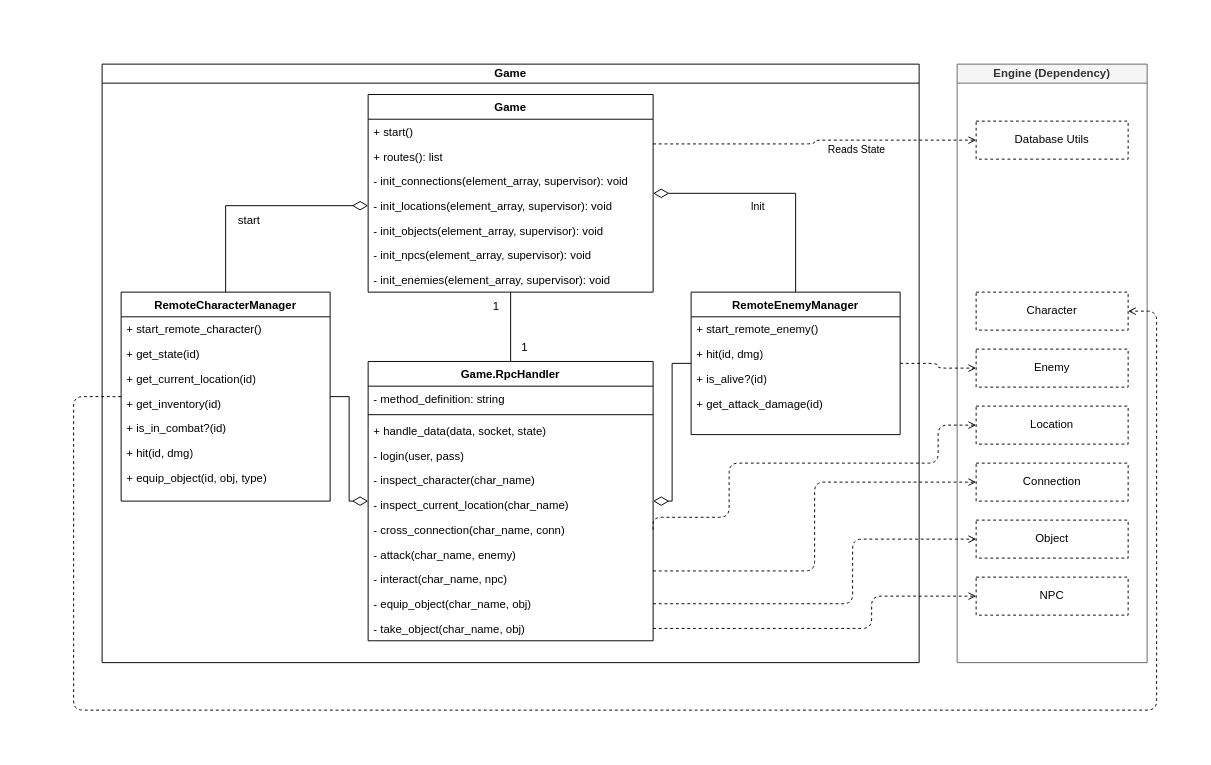
The draw.io diagram document/tex_files/mainmatter/chapter_4/images/diagrama_analisis_juego/analisis_juego.drawio in ThAlsay/Hephaestus, before the edit. Source tidied: cells renumbered, new cells numbered last; positions are measured from the earlier drawing's top-left corner, leaving out a move shared by most shapes. Both pictures are drawn from the tidied source at 95%, with x=0, y=0 at pixel (73, 64).
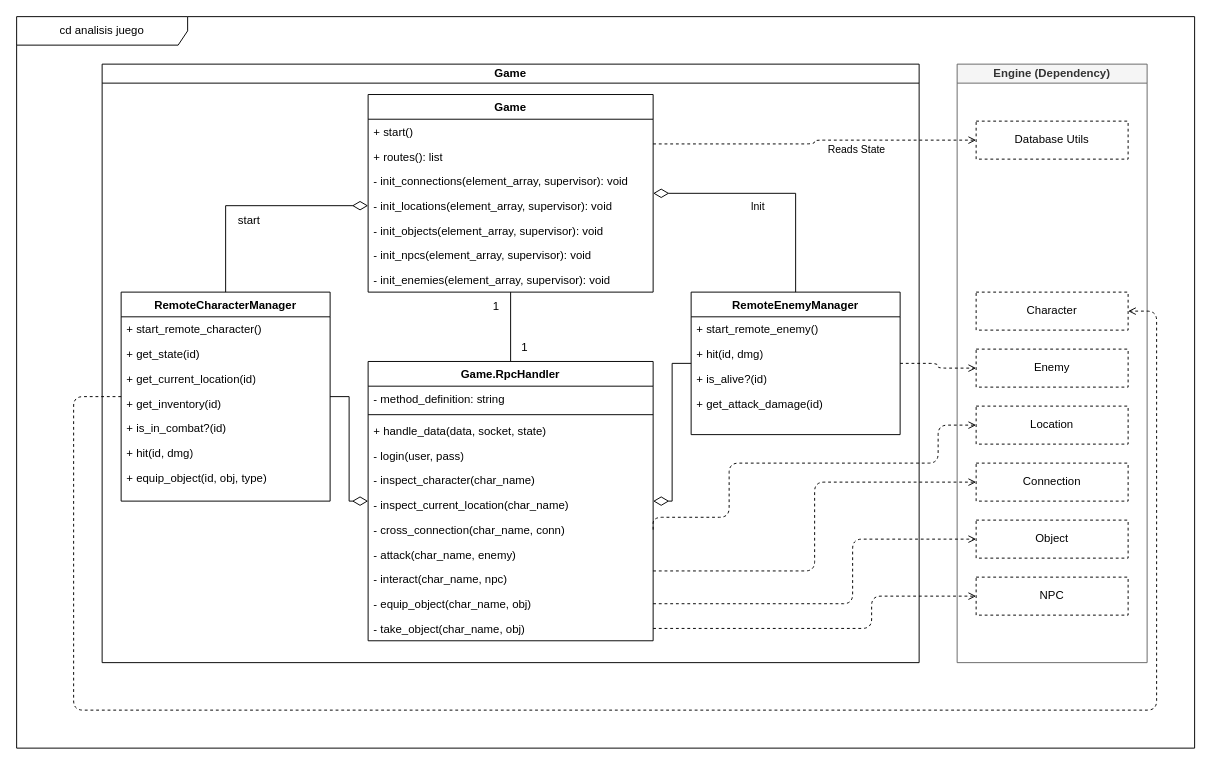
The same page after the edit.

Change to the diagram source:
```diff
@@
+    <mxCell id="59" value="cd analisis juego" style="shape=umlFrame;whiteSpace=wrap;html=1;width=180;height=30;" parent="1" vertex="1">
+      <mxGeometry x="-60" y="-50" width="1240" height="770" as="geometry" />
+    </mxCell>
```
